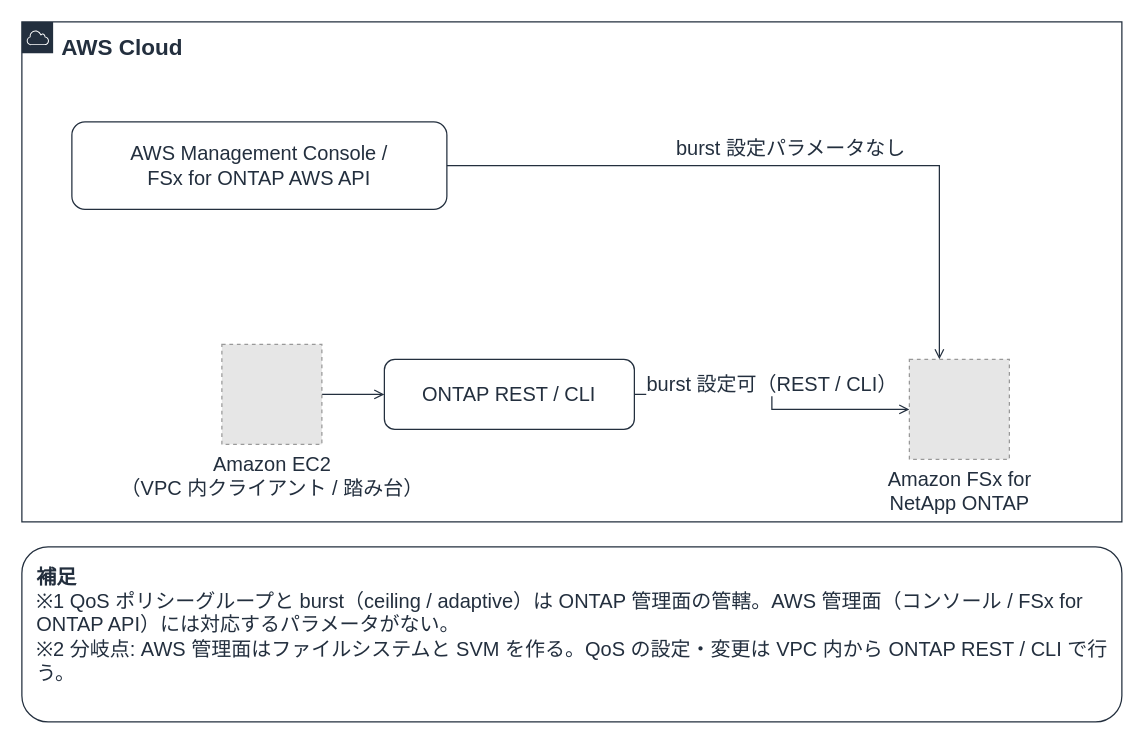
Yoshiki0705/FSx-for-ONTAP-Adoption-Playbook keeps this draw.io diagram as docs/_assets/diagrams/qos-burst-two-plane.drawio. Above is the earlier version. Source tidied: cells renumbered, new cells numbered last; positions are measured from the earlier drawing's top-left corner, leaving out a move shared by most shapes. Both pictures are drawn from the tidied source at 125%, with x=0, y=0 at pixel (21, 21). Pictures stored in the file or linked from it are replaced by grey dashed boxes.
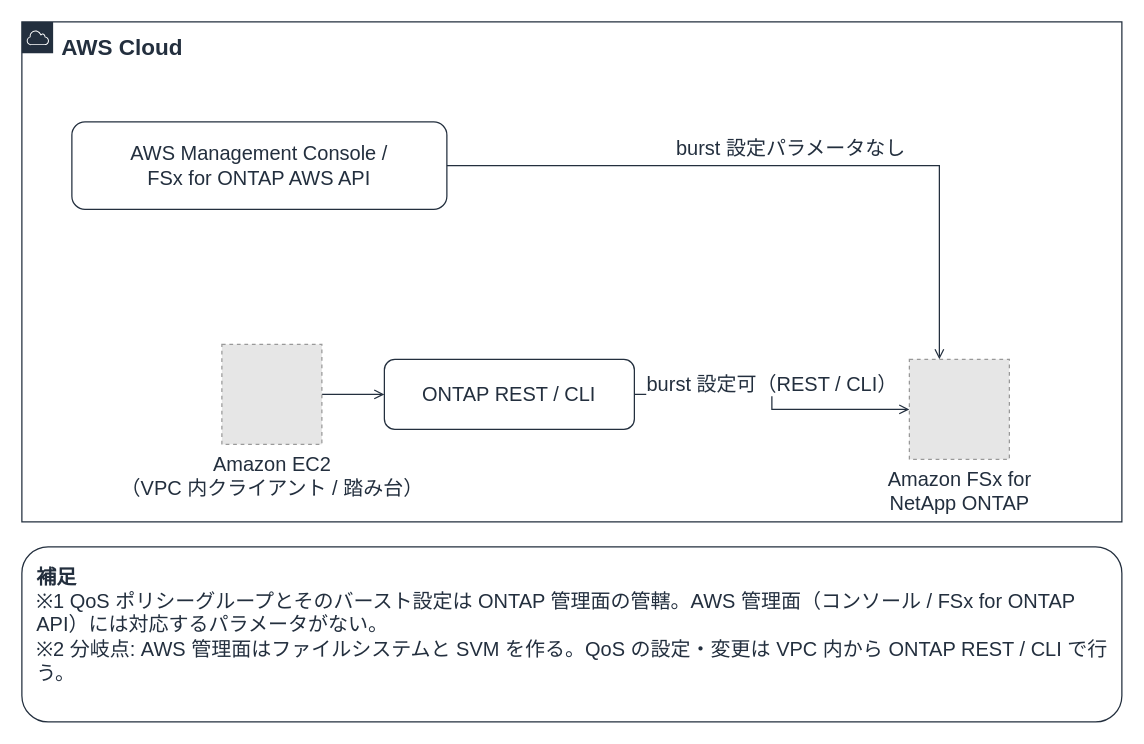
The same page after the edit.

Change to the diagram source:
```diff
@@
 <mxGraphModel background="#FFFFFF">
   <root>
     <mxCell id="0" />
     <mxCell id="1" parent="0" />
     <mxCell id="2" value="burst 設定パラメータなし" style="edgeStyle=orthogonalEdgeStyle;rounded=0;html=1;endArrow=open;endFill=0;strokeColor=#232F3E;strokeWidth=1;fontSize=16;fontColor=#232F3E;labelBackgroundColor=#FFFFFF;exitX=1.0;exitY=0.5;exitDx=0;exitDy=0;entryX=0.3;entryY=0.0;entryDx=0;entryDy=0;" parent="1" edge="1" source="6" target="9">
       <mxGeometry relative="1" as="geometry">
         <mxPoint y="-14" as="offset" />
       </mxGeometry>
     </mxCell>
     <mxCell id="3" style="edgeStyle=orthogonalEdgeStyle;rounded=0;html=1;endArrow=open;endFill=0;strokeColor=#232F3E;strokeWidth=1;fontSize=16;fontColor=#232F3E;labelBackgroundColor=#FFFFFF;exitX=1.0;exitY=0.5;exitDx=0;exitDy=0;entryX=0.0;entryY=0.5;entryDx=0;entryDy=0;" parent="1" edge="1" source="10" target="7">
       <mxGeometry relative="1" as="geometry" />
     </mxCell>
     <mxCell id="4" value="burst 設定可（REST / CLI）" style="edgeStyle=orthogonalEdgeStyle;rounded=0;html=1;endArrow=open;endFill=0;strokeColor=#232F3E;strokeWidth=1;fontSize=16;fontColor=#232F3E;labelBackgroundColor=#FFFFFF;exitX=1.0;exitY=0.5;exitDx=0;exitDy=0;entryX=0.0;entryY=0.5;entryDx=0;entryDy=0;" parent="1" edge="1" source="7" target="9">
       <mxGeometry relative="1" as="geometry">
         <mxPoint y="-14" as="offset" />
       </mxGeometry>
     </mxCell>
     <mxCell id="5" value="AWS Cloud" style="gradientColor=none;html=1;whiteSpace=wrap;fontSize=18;fontStyle=1;fontColor=#232F3E;shape=mxgraph.aws4.group;grIcon=mxgraph.aws4.group_aws_cloud;strokeColor=#232F3E;fillColor=none;verticalAlign=top;align=left;spacingLeft=30;spacingTop=4;dashed=0;labelBackgroundColor=#FFFFFF;" parent="1" vertex="1">
       <mxGeometry width="880" height="400" as="geometry" />
     </mxCell>
     <mxCell id="6" value="AWS Management Console /&lt;br&gt;FSx for ONTAP AWS API" style="rounded=1;whiteSpace=wrap;html=1;strokeColor=#232F3E;fillColor=none;fontColor=#232F3E;fontSize=16;verticalAlign=middle;align=center;" parent="1" vertex="1">
       <mxGeometry x="40" y="80" width="300" height="70" as="geometry" />
     </mxCell>
     <mxCell id="7" value="ONTAP REST / CLI" style="rounded=1;whiteSpace=wrap;html=1;strokeColor=#232F3E;fillColor=none;fontColor=#232F3E;fontSize=16;verticalAlign=middle;align=center;" parent="1" vertex="1">
       <mxGeometry x="290" y="270" width="200" height="56" as="geometry" />
     </mxCell>
-    <mxCell id="8" value="&lt;b&gt;補足&lt;/b&gt;&lt;br&gt;※1 QoS ポリシーグループと burst（ceiling / adaptive）は ONTAP 管理面の管轄。AWS 管理面（コンソール / FSx for ONTAP API）には対応するパラメータがない。&lt;br&gt;※2 分岐点: AWS 管理面はファイルシステムと SVM を作る。QoS の設定・変更は VPC 内から ONTAP REST / CLI で行う。" style="rounded=1;whiteSpace=wrap;html=1;strokeColor=#232F3E;fillColor=none;fontColor=#232F3E;fontSize=16;verticalAlign=top;align=left;spacingLeft=10;spacingRight=10;spacingTop=8;" parent="1" vertex="1">
+    <mxCell id="8" value="&lt;b&gt;補足&lt;/b&gt;&lt;br&gt;※1 QoS ポリシーグループとそのバースト設定は ONTAP 管理面の管轄。AWS 管理面（コンソール / FSx for ONTAP API）には対応するパラメータがない。&lt;br&gt;※2 分岐点: AWS 管理面はファイルシステムと SVM を作る。QoS の設定・変更は VPC 内から ONTAP REST / CLI で行う。" style="rounded=1;whiteSpace=wrap;html=1;strokeColor=#232F3E;fillColor=none;fontColor=#232F3E;fontSize=16;verticalAlign=top;align=left;spacingLeft=10;spacingRight=10;spacingTop=8;" parent="1" vertex="1">
       <mxGeometry y="420" width="880" height="140" as="geometry" />
     </mxCell>
     <mxCell id="9" value="Amazon FSx for&lt;br&gt;NetApp ONTAP" style="fillColor=#E6E6E6;strokeColor=#999999;dashed=1;html=1;verticalLabelPosition=bottom;verticalAlign=top;labelPosition=center;align=center;fontSize=16;fontColor=#232F3E;" parent="1" vertex="1">
       <mxGeometry x="710" y="270" width="80" height="80" as="geometry" />
     </mxCell>
     <mxCell id="10" value="Amazon EC2&lt;br&gt;（VPC 内クライアント / 踏み台）" style="fillColor=#E6E6E6;strokeColor=#999999;dashed=1;html=1;verticalLabelPosition=bottom;verticalAlign=top;labelPosition=center;align=center;fontSize=16;fontColor=#232F3E;" parent="1" vertex="1">
       <mxGeometry x="160" y="258" width="80" height="80" as="geometry" />
     </mxCell>
   </root>
 </mxGraphModel>
```
